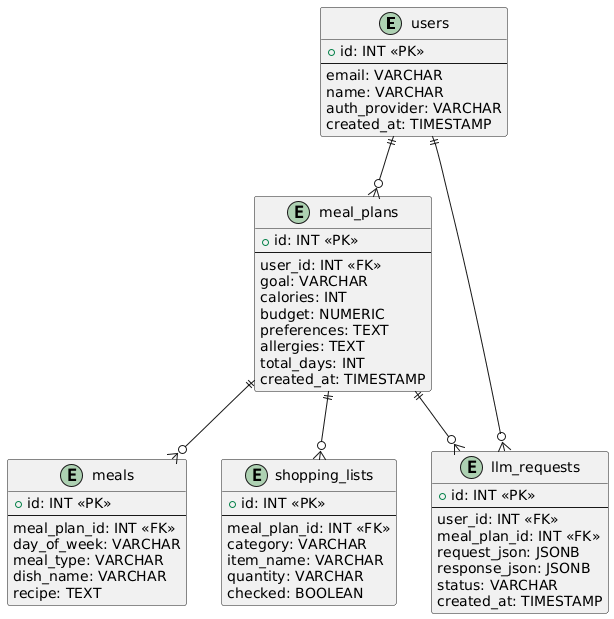
The PlantUML diagram utils/er-d.png in vstu-sii/master-2025-team-usb, before a commit.
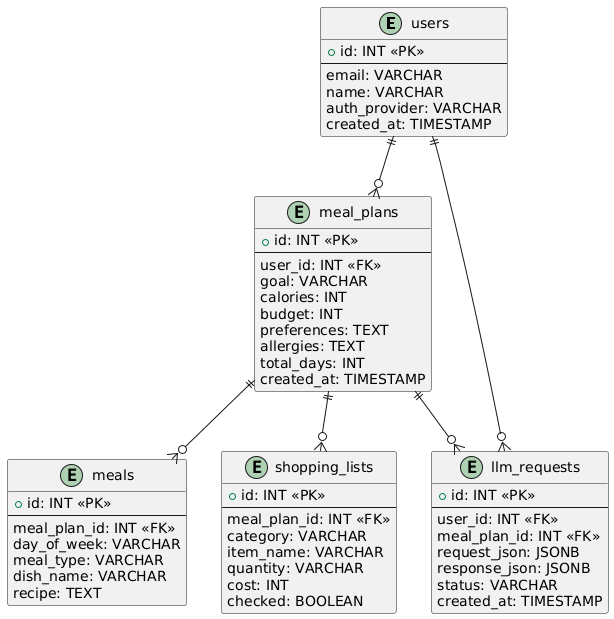
The same file after the commit.

What changed in the source:
```diff
@@ -14,7 +14,7 @@
   user_id: INT <<FK>>
   goal: VARCHAR
   calories: INT
-  budget: NUMERIC
+  budget: INT
   preferences: TEXT
   allergies: TEXT
   total_days: INT
@@ -38,6 +38,7 @@
   category: VARCHAR
   item_name: VARCHAR
   quantity: VARCHAR
+  cost: INT
   checked: BOOLEAN
 }
 
```
